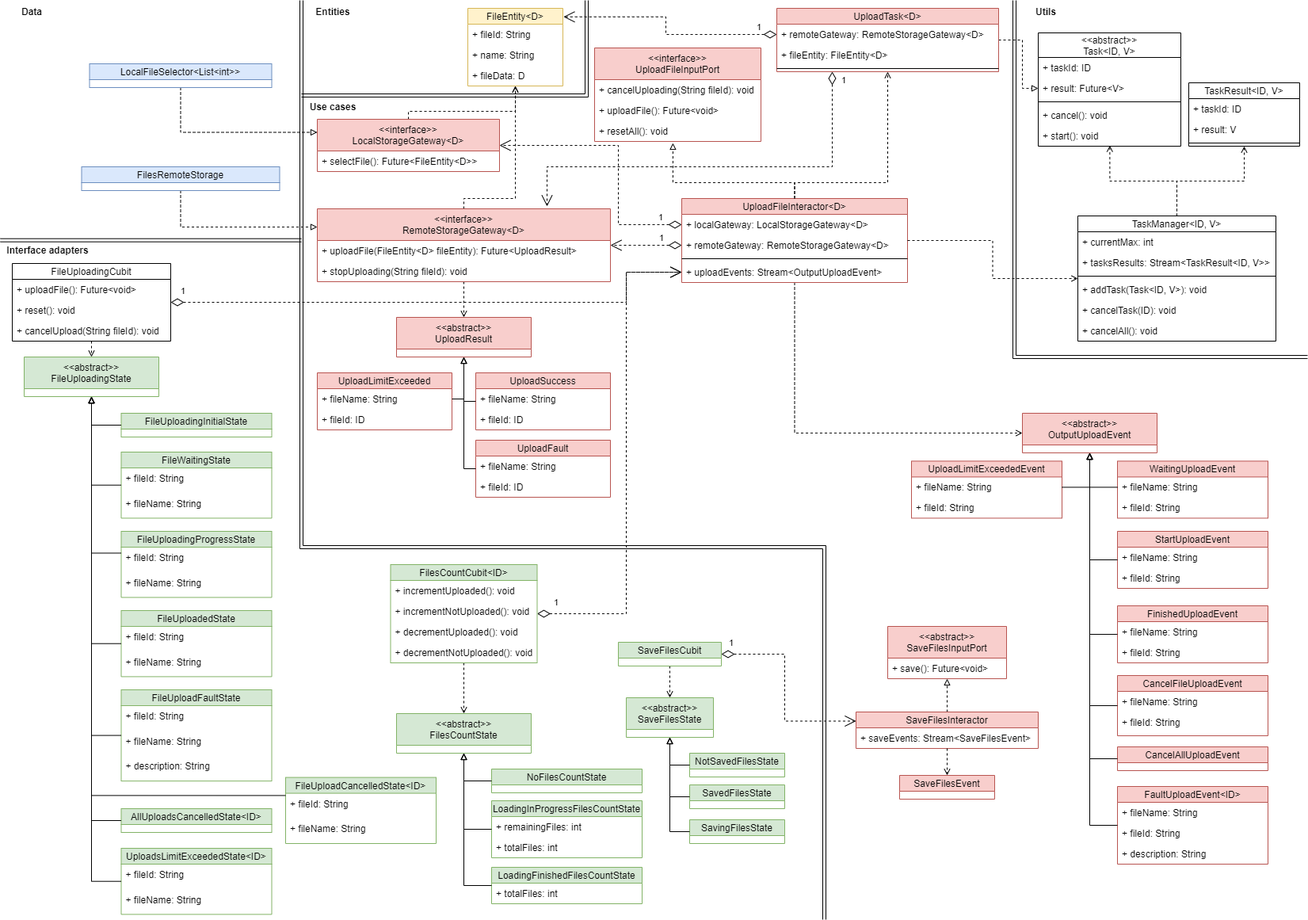
Before: docs/arch_diagram.png, a diagram exported from draw.io (AAAbramenko/xdev_test). Source tidied: cells renumbered, new cells last; positions are measured from the earlier drawing's top-left corner, leaving out a move shared by most shapes.
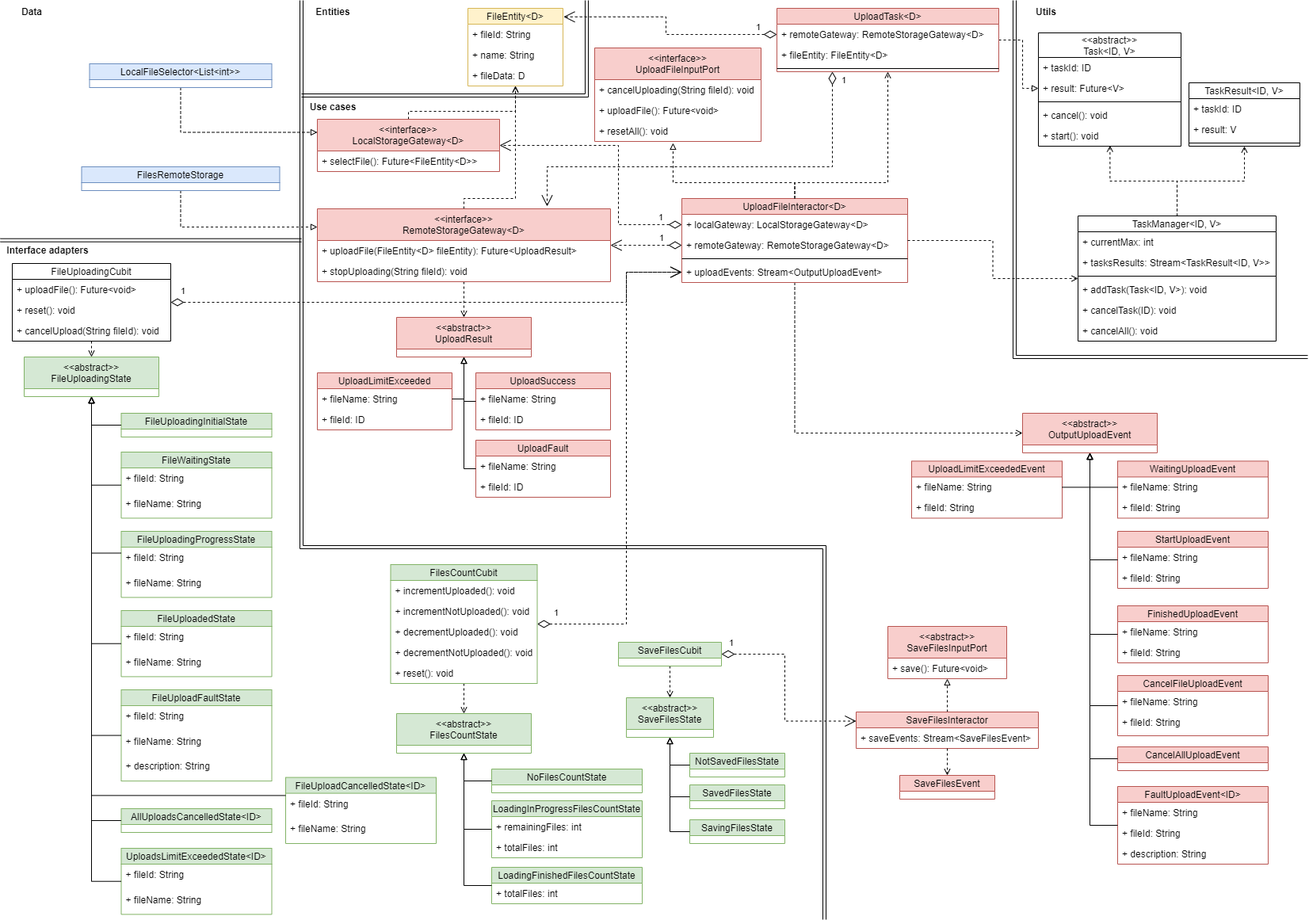
After the change.

Change to the diagram source:
```diff
@@ -144,8 +144,8 @@
     <mxCell id="36" style="edgeStyle=none;rounded=0;jettySize=auto;html=1;entryX=0.5;entryY=0;entryDx=0;entryDy=0;dashed=1;endArrow=open;endFill=0;" parent="1" edge="1" source="37" target="54">
       <mxGeometry relative="1" as="geometry" />
     </mxCell>
-    <mxCell id="37" value="FilesCountCubit&lt;ID&gt;" style="swimlane;fontStyle=0;horizontal=1;startSize=20;fillColor=#d5e8d4;strokeColor=#82b366;" parent="1" vertex="1">
-      <mxGeometry x="492.5" y="712" width="185" height="124" as="geometry" />
+    <mxCell id="37" value="FilesCountCubit" style="swimlane;fontStyle=0;horizontal=1;startSize=20;fillColor=#d5e8d4;strokeColor=#82b366;" parent="1" vertex="1">
+      <mxGeometry x="492.5" y="712" width="185" height="150" as="geometry" />
     </mxCell>
     <mxCell id="38" value="+ incrementUploaded(): void" style="text;strokeColor=none;fillColor=none;align=left;verticalAlign=top;spacingLeft=4;spacingRight=4;overflow=hidden;" parent="37" vertex="1">
       <mxGeometry y="20" width="185" height="26" as="geometry" />
@@ -159,6 +159,9 @@
     <mxCell id="41" value="+ decrementNotUploaded(): void" style="text;strokeColor=none;fillColor=none;align=left;verticalAlign=top;spacingLeft=4;spacingRight=4;overflow=hidden;" parent="37" vertex="1">
       <mxGeometry y="98" width="185" height="26" as="geometry" />
     </mxCell>
+    <mxCell id="182" value="+ reset(): void" style="text;strokeColor=none;fillColor=none;align=left;verticalAlign=top;spacingLeft=4;spacingRight=4;overflow=hidden;" parent="37" vertex="1">
+      <mxGeometry y="124" width="185" height="26" as="geometry" />
+    </mxCell>
     <mxCell id="42" style="rounded=0;jettySize=auto;html=1;exitX=0.5;exitY=1;exitDx=0;exitDy=0;dashed=1;endArrow=open;endFill=0;" parent="1" edge="1" source="43" target="102">
       <mxGeometry relative="1" as="geometry" />
     </mxCell>
```
